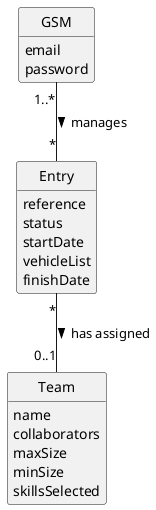
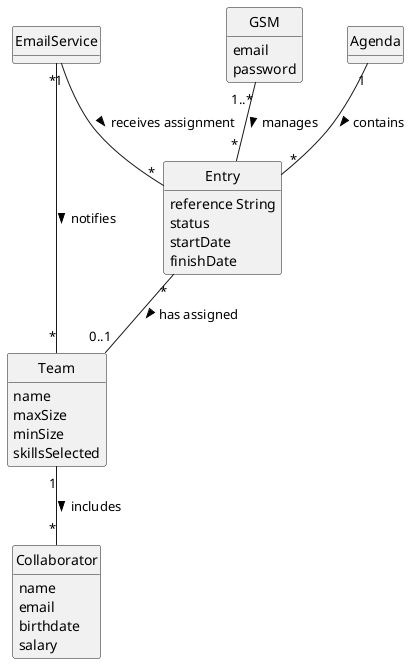
@startuml
skinparam monochrome true
skinparam packageStyle rectangle
skinparam shadowing false
skinparam classAttributeIconSize 0
hide circle
hide methods

- class Entry{
-    reference
+ class Entry {
+     reference String
    status
    startDate
-     vehicleList
    finishDate
}

- class GSM{
+ class GSM {
    email
    password
}

class Team {
    name
-     collaborators
    maxSize
    minSize
    skillsSelected
}

+ class Collaborator {
+     name
+     email
+     birthdate
+     salary
+ }
+ 
+ class EmailService {
+     +sendEmail(to: String, subject: String, body: String): void
+     +notifyTeamAssignment(entry: Entry, team: Team): void
+ }
+ 
+ class Agenda {
+ }

GSM "1..*" -- "*" Entry : manages >

Entry "*" -- "0..1" Team : has assigned >

+ Team "1" -- "*" Collaborator : includes >
+ 
+ Agenda "1" -- "*" Entry: contains >
+ 
+ EmailService "1" -- "*" Entry : receives assignment >
+ EmailService "*" -- "*" Team : notifies >
+ 
@enduml
